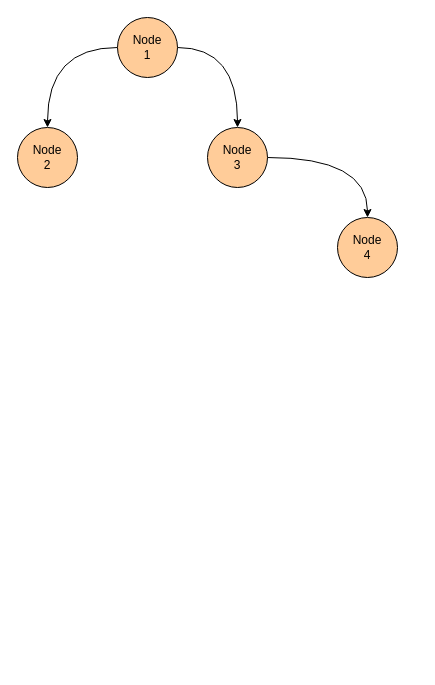
Earlier version of the draw.io diagram 笔记/BinaryTreeTraversal.dio (mangxiao2018/dsa-notebook). Source tidied: cells renumbered, new cells numbered last; positions are measured from the earlier drawing's top-left corner, leaving out a move shared by most shapes. Both pictures are drawn from the tidied source at 100%, with x=0, y=0 at pixel (17, 17).
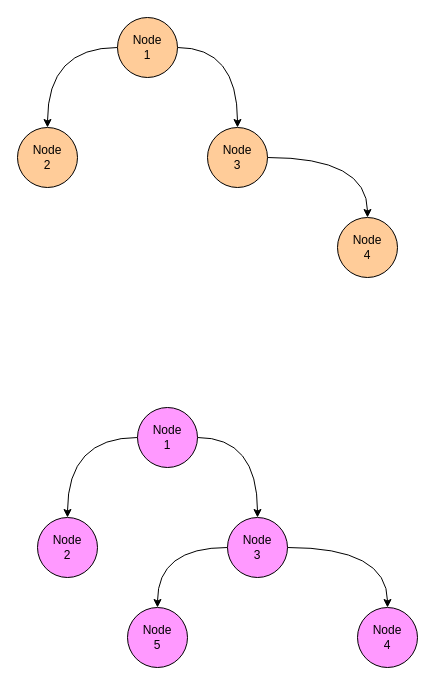
The same page after the edit.

Diff of the diagram source:
```diff
@@
 <mxGraphModel background="#ffffff">
   <root>
     <mxCell id="0" />
     <mxCell id="1" parent="0" />
     <mxCell id="2" style="edgeStyle=orthogonalEdgeStyle;rounded=0;html=1;entryX=0.5;entryY=0;jettySize=auto;curved=1;" parent="1" edge="1" source="4" target="5">
       <mxGeometry relative="1" as="geometry" />
     </mxCell>
     <mxCell id="3" style="edgeStyle=orthogonalEdgeStyle;curved=1;rounded=0;html=1;entryX=0.5;entryY=0;jettySize=auto;" parent="1" edge="1" source="4" target="7">
       <mxGeometry relative="1" as="geometry" />
     </mxCell>
     <mxCell id="4" value="Node&lt;div&gt;1&lt;/div&gt;" style="ellipse;whiteSpace=wrap;html=1;fillColor=#FFCC99;" parent="1" vertex="1">
       <mxGeometry x="100" width="60" height="60" as="geometry" />
     </mxCell>
     <mxCell id="5" value="Node&lt;div&gt;2&lt;/div&gt;" style="ellipse;whiteSpace=wrap;html=1;fillColor=#FFCC99;" parent="1" vertex="1">
       <mxGeometry y="110" width="60" height="60" as="geometry" />
     </mxCell>
     <mxCell id="6" style="edgeStyle=orthogonalEdgeStyle;curved=1;rounded=0;html=1;entryX=0.5;entryY=0;jettySize=auto;" parent="1" edge="1" source="7" target="8">
       <mxGeometry relative="1" as="geometry" />
     </mxCell>
     <mxCell id="7" value="Node&lt;div&gt;3&lt;/div&gt;" style="ellipse;whiteSpace=wrap;html=1;fillColor=#FFCC99;" parent="1" vertex="1">
       <mxGeometry x="190" y="110" width="60" height="60" as="geometry" />
     </mxCell>
     <mxCell id="8" value="Node&lt;div&gt;4&lt;/div&gt;" style="ellipse;whiteSpace=wrap;html=1;fillColor=#FFCC99;" parent="1" vertex="1">
       <mxGeometry x="320" y="200" width="60" height="60" as="geometry" />
     </mxCell>
+    <mxCell id="9" style="edgeStyle=orthogonalEdgeStyle;rounded=0;html=1;entryX=0.5;entryY=0;jettySize=auto;curved=1;" parent="1" edge="1" source="11" target="12">
+      <mxGeometry relative="1" as="geometry" />
+    </mxCell>
+    <mxCell id="10" style="edgeStyle=orthogonalEdgeStyle;curved=1;rounded=0;html=1;entryX=0.5;entryY=0;jettySize=auto;" parent="1" edge="1" source="11" target="15">
+      <mxGeometry relative="1" as="geometry" />
+    </mxCell>
+    <mxCell id="11" value="Node&lt;div&gt;1&lt;/div&gt;" style="ellipse;whiteSpace=wrap;html=1;fillColor=#FF99FF;" parent="1" vertex="1">
+      <mxGeometry x="120" y="390" width="60" height="60" as="geometry" />
+    </mxCell>
+    <mxCell id="12" value="Node&lt;div&gt;2&lt;/div&gt;" style="ellipse;whiteSpace=wrap;html=1;fillColor=#FF99FF;" parent="1" vertex="1">
+      <mxGeometry x="20" y="500" width="60" height="60" as="geometry" />
+    </mxCell>
+    <mxCell id="13" style="edgeStyle=orthogonalEdgeStyle;curved=1;rounded=0;html=1;entryX=0.5;entryY=0;jettySize=auto;" parent="1" edge="1" source="15" target="16">
+      <mxGeometry relative="1" as="geometry" />
+    </mxCell>
+    <mxCell id="14" style="edgeStyle=orthogonalEdgeStyle;rounded=0;html=1;entryX=0.5;entryY=0;jettySize=auto;curved=1;" parent="1" edge="1" source="15" target="17">
+      <mxGeometry relative="1" as="geometry" />
+    </mxCell>
+    <mxCell id="15" value="Node&lt;div&gt;3&lt;/div&gt;" style="ellipse;whiteSpace=wrap;html=1;fillColor=#FF99FF;" parent="1" vertex="1">
+      <mxGeometry x="210" y="500" width="60" height="60" as="geometry" />
+    </mxCell>
+    <mxCell id="16" value="Node&lt;div&gt;4&lt;/div&gt;" style="ellipse;whiteSpace=wrap;html=1;fillColor=#FF99FF;" parent="1" vertex="1">
+      <mxGeometry x="340" y="590" width="60" height="60" as="geometry" />
+    </mxCell>
+    <mxCell id="17" value="Node&lt;div&gt;5&lt;/div&gt;" style="ellipse;whiteSpace=wrap;html=1;fillColor=#FF99FF;" parent="1" vertex="1">
+      <mxGeometry x="110" y="590" width="60" height="60" as="geometry" />
+    </mxCell>
   </root>
 </mxGraphModel>
```
